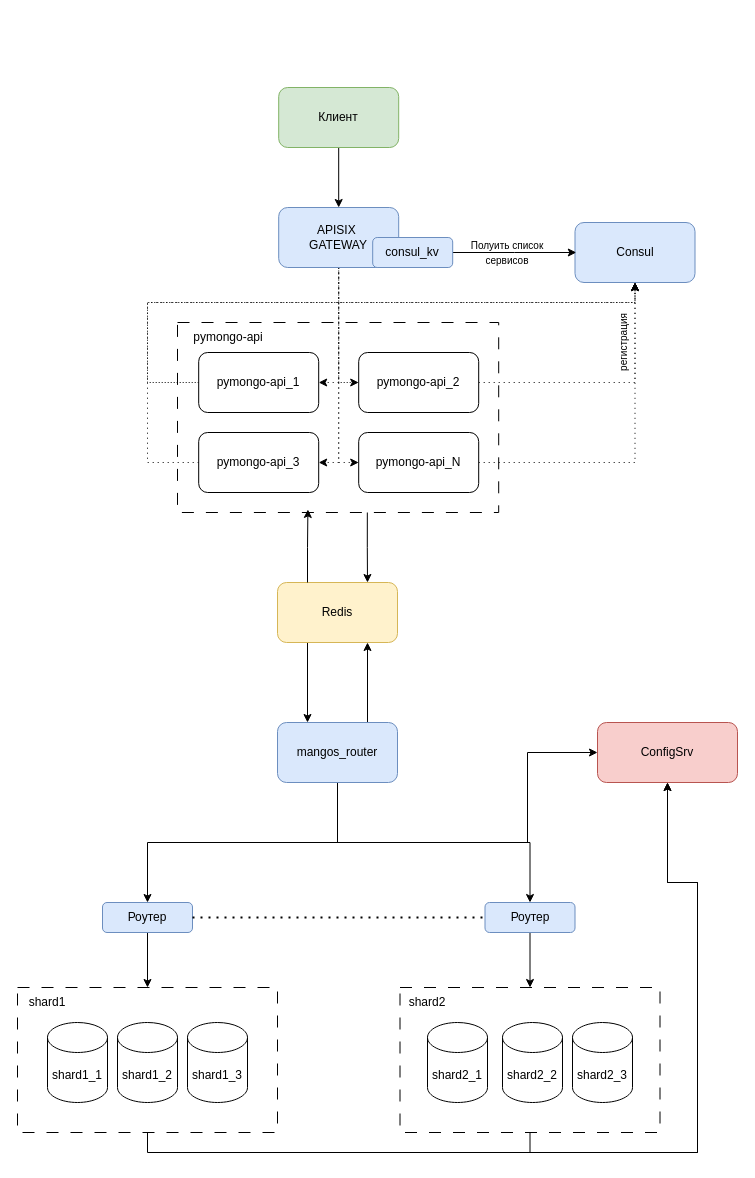
Above: page "API Gateway" (5 of 6) of task1.drawio in artCleverWeb/architecture-sprint-2 (draw.io), before the change. Source tidied: cells renumbered, new cells numbered last; positions are measured from the earlier drawing's top-left corner, leaving out a move shared by most shapes. Both pictures are drawn from the tidied source at 100%, with x=0, y=0 at pixel (17, 87).
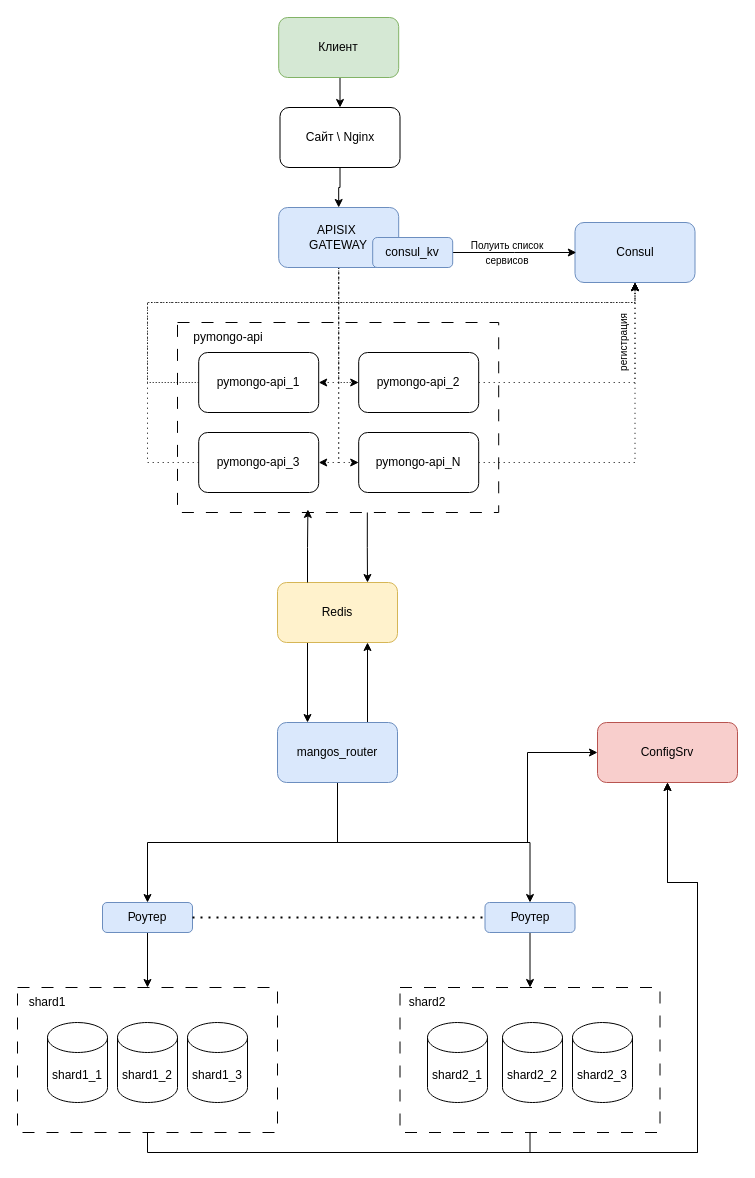
The same diagram, later.

The change refers to these unchanged cells:
```xml
<mxCell id="37" value="APISIX&amp;nbsp;&lt;div&gt;GATEWAY&lt;/div&gt;" style="rounded=1;whiteSpace=wrap;html=1;fillColor=#dae8fc;strokeColor=#6c8ebf;" parent="1" vertex="1">
  <mxGeometry x="261.2" y="120" width="120" height="60" as="geometry" />
</mxCell>
```

Diff of the diagram source:
```diff
@@
-    <mxCell id="42" style="edgeStyle=orthogonalEdgeStyle;rounded=0;jettySize=auto;html=1;exitX=0.5;exitY=1;exitDx=0;exitDy=0;entryX=0.5;entryY=0;entryDx=0;entryDy=0;" parent="1" edge="1" source="43" target="37">
-      <mxGeometry relative="1" as="geometry" />
-    </mxCell>
+    <mxCell id="53" style="edgeStyle=orthogonalEdgeStyle;rounded=0;jettySize=auto;html=1;exitX=0.5;exitY=1;exitDx=0;exitDy=0;entryX=0.5;entryY=0;entryDx=0;entryDy=0;" parent="1" edge="1" source="43" target="55">
+      <mxGeometry relative="1" as="geometry" />
+    </mxCell>
     <mxCell id="43" value="Клиент" style="rounded=1;whiteSpace=wrap;html=1;fillColor=#d5e8d4;strokeColor=#82b366;" parent="1" vertex="1">
-      <mxGeometry x="261.2" width="120" height="60" as="geometry" />
+      <mxGeometry x="261.2" y="-70" width="120" height="60" as="geometry" />
     </mxCell>
@@
+    <mxCell id="54" style="edgeStyle=orthogonalEdgeStyle;rounded=0;jettySize=auto;html=1;exitX=0.5;exitY=1;exitDx=0;exitDy=0;entryX=0.5;entryY=0;entryDx=0;entryDy=0;" parent="1" edge="1" source="55" target="37">
+      <mxGeometry relative="1" as="geometry" />
+    </mxCell>
+    <mxCell id="55" value="Сайт&lt;span style=&quot;background-color: initial;&quot;&gt;&amp;nbsp;\ Nginx&lt;/span&gt;" style="rounded=1;whiteSpace=wrap;html=1;" parent="1" vertex="1">
+      <mxGeometry x="262.5" y="20" width="120" height="60" as="geometry" />
+    </mxCell>
```
